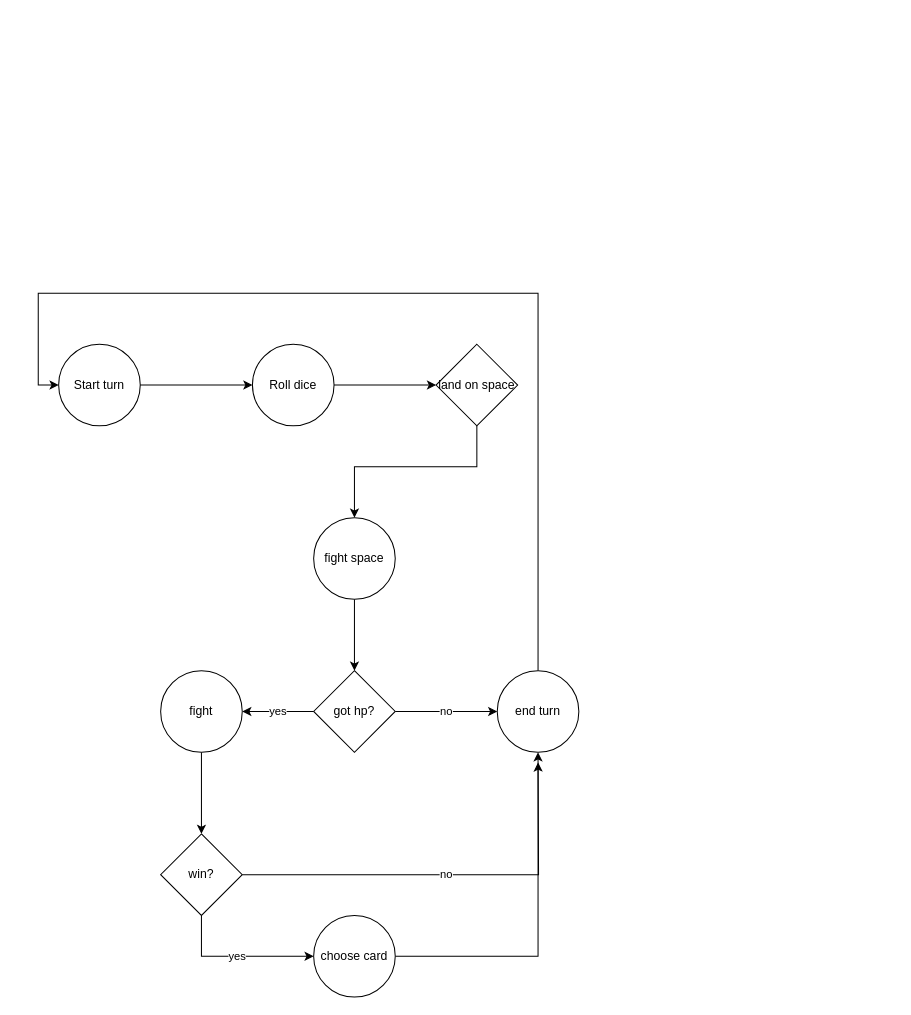
The draw.io diagram boardgameflow.drawio in Dodowingster/Project-Paleo-Maiden, before the edit. Source tidied: cells renumbered, new cells numbered last; positions are measured from the earlier drawing's top-left corner, leaving out a move shared by most shapes. Both pictures are drawn from the tidied source at 102%, with x=0, y=0 at pixel (38, 293).
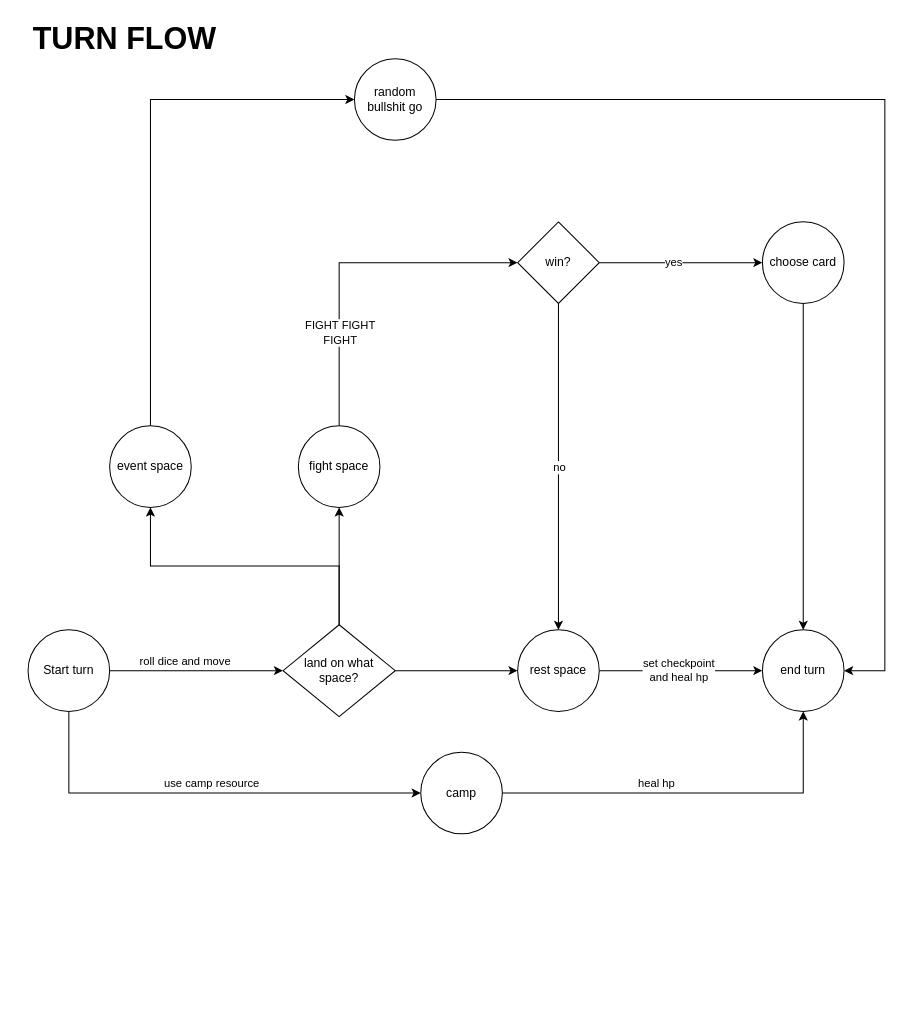
After the change.

Commit message:
general flow update

The edit, as a diff of the source:
```diff
@@
+    <mxCell id="22" style="edgeStyle=orthogonalEdgeStyle;rounded=0;jettySize=auto;html=1;entryX=0;entryY=0.5;entryDx=0;entryDy=0;" parent="1" edge="1" source="2" target="7">
+      <mxGeometry relative="1" as="geometry" />
+    </mxCell>
+    <mxCell id="23" value="roll dice and move" style="edgeLabel;html=1;align=center;verticalAlign=middle;" parent="22" vertex="1">
+      <mxGeometry x="-0.14" y="-1" relative="1" as="geometry">
+        <mxPoint y="-11" as="offset" />
+      </mxGeometry>
+    </mxCell>
+    <mxCell id="24" style="edgeStyle=orthogonalEdgeStyle;rounded=0;jettySize=auto;html=1;entryX=0;entryY=0.5;entryDx=0;entryDy=0;" parent="1" edge="1" source="2" target="39">
+      <mxGeometry relative="1" as="geometry">
+        <Array as="points">
+          <mxPoint x="30" y="490" />
+        </Array>
+      </mxGeometry>
+    </mxCell>
+    <mxCell id="25" value="use camp resource" style="edgeLabel;html=1;align=center;verticalAlign=middle;" parent="24" vertex="1">
+      <mxGeometry x="0.03" y="4" relative="1" as="geometry">
+        <mxPoint y="-6" as="offset" />
+      </mxGeometry>
+    </mxCell>
     <mxCell id="2" value="Start turn" style="ellipse;whiteSpace=wrap;html=1;" parent="1" vertex="1">
-      <mxGeometry x="20" y="50" width="80" height="80" as="geometry" />
+      <mxGeometry x="-10" y="330" width="80" height="80" as="geometry" />
     </mxCell>
-    <mxCell id="3" style="endArrow=classic;html=1;rounded=0;exitX=1;exitY=0.5;exitDx=0;exitDy=0;entryX=0;entryY=0.5;entryDx=0;entryDy=0;" parent="1" edge="1" source="5" target="7">
-      <mxGeometry relative="1" as="geometry" />
-    </mxCell>
-    <mxCell id="4" style="endArrow=classic;html=1;rounded=0;exitX=1;exitY=0.5;exitDx=0;exitDy=0;" parent="1" edge="1" source="2" target="5">
-      <mxGeometry relative="1" as="geometry" />
-    </mxCell>
-    <mxCell id="5" value="Roll dice" style="ellipse;whiteSpace=wrap;html=1;" parent="1" vertex="1">
-      <mxGeometry x="210" y="50" width="80" height="80" as="geometry" />
-    </mxCell>
-    <mxCell id="6" style="edgeStyle=orthogonalEdgeStyle;rounded=0;orthogonalLoop=1;jettySize=auto;html=1;" parent="1" edge="1">
-      <mxGeometry relative="1" as="geometry">
-        <mxPoint x="430" y="130" as="sourcePoint" />
-        <mxPoint x="310" y="220" as="targetPoint" />
-        <Array as="points">
-          <mxPoint x="430" y="170" />
-          <mxPoint x="310" y="170" />
-        </Array>
-      </mxGeometry>
-    </mxCell>
+    <mxCell id="26" style="edgeStyle=orthogonalEdgeStyle;rounded=0;jettySize=auto;html=1;entryX=0.5;entryY=1;entryDx=0;entryDy=0;" parent="1" edge="1" source="7" target="9">
+      <mxGeometry relative="1" as="geometry" />
+    </mxCell>
+    <mxCell id="27" style="edgeStyle=orthogonalEdgeStyle;rounded=0;jettySize=auto;html=1;entryX=0;entryY=0.5;entryDx=0;entryDy=0;" parent="1" edge="1" source="7" target="42">
+      <mxGeometry relative="1" as="geometry" />
+    </mxCell>
+    <mxCell id="28" style="edgeStyle=orthogonalEdgeStyle;rounded=0;jettySize=auto;html=1;exitX=0.5;exitY=0;exitDx=0;exitDy=0;entryX=0.5;entryY=1;entryDx=0;entryDy=0;" parent="1" edge="1" source="7" target="34">
+      <mxGeometry relative="1" as="geometry" />
+    </mxCell>
-    <mxCell id="7" value="land on space" style="rhombus;whiteSpace=wrap;html=1;" parent="1" vertex="1">
-      <mxGeometry x="390" y="50" width="80" height="80" as="geometry" />
+    <mxCell id="7" value="land on what space?" style="rhombus;whiteSpace=wrap;html=1;" parent="1" vertex="1">
+      <mxGeometry x="240" y="325" width="110" height="90" as="geometry" />
     </mxCell>
-    <mxCell id="8" style="edgeStyle=orthogonalEdgeStyle;rounded=0;orthogonalLoop=1;jettySize=auto;html=1;exitX=0.5;exitY=1;exitDx=0;exitDy=0;" parent="1" edge="1">
-      <mxGeometry relative="1" as="geometry">
-        <mxPoint x="310" y="300" as="sourcePoint" />
-        <mxPoint x="310" y="370" as="targetPoint" />
-      </mxGeometry>
-    </mxCell>
+    <mxCell id="29" style="edgeStyle=orthogonalEdgeStyle;rounded=0;jettySize=auto;html=1;entryX=0;entryY=0.5;entryDx=0;entryDy=0;" parent="1" edge="1" source="9" target="19">
+      <mxGeometry relative="1" as="geometry">
+        <Array as="points">
+          <mxPoint x="295" y="-30" />
+        </Array>
+      </mxGeometry>
+    </mxCell>
+    <mxCell id="30" value="FIGHT FIGHT&lt;br&gt;FIGHT" style="edgeLabel;html=1;align=center;verticalAlign=middle;" parent="29" vertex="1">
+      <mxGeometry x="-0.45" relative="1" as="geometry" />
+    </mxCell>
     <mxCell id="9" value="fight space" style="ellipse;whiteSpace=wrap;html=1;" parent="1" vertex="1">
-      <mxGeometry x="270" y="220" width="80" height="80" as="geometry" />
+      <mxGeometry x="255" y="130" width="80" height="80" as="geometry" />
     </mxCell>
-    <mxCell id="10" value="no" style="edgeStyle=orthogonalEdgeStyle;rounded=0;jettySize=auto;html=1;" parent="1" edge="1" source="12" target="14">
-      <mxGeometry relative="1" as="geometry" />
-    </mxCell>
-    <mxCell id="11" value="yes" style="edgeStyle=orthogonalEdgeStyle;rounded=0;jettySize=auto;html=1;" parent="1" edge="1" source="12" target="16">
-      <mxGeometry relative="1" as="geometry" />
-    </mxCell>
-    <mxCell id="12" value="got hp?" style="rhombus;whiteSpace=wrap;html=1;" parent="1" vertex="1">
-      <mxGeometry x="270" y="370" width="80" height="80" as="geometry" />
-    </mxCell>
-    <mxCell id="13" style="edgeStyle=orthogonalEdgeStyle;rounded=0;jettySize=auto;html=1;entryX=0;entryY=0.5;entryDx=0;entryDy=0;" parent="1" edge="1" source="14" target="2">
-      <mxGeometry relative="1" as="geometry">
-        <Array as="points">
-          <mxPoint x="490" />
-          <mxPoint />
-          <mxPoint y="90" />
-        </Array>
-      </mxGeometry>
-    </mxCell>
     <mxCell id="14" value="end turn" style="ellipse;whiteSpace=wrap;html=1;" parent="1" vertex="1">
-      <mxGeometry x="450" y="370" width="80" height="80" as="geometry" />
+      <mxGeometry x="710" y="330" width="80" height="80" as="geometry" />
     </mxCell>
-    <mxCell id="15" style="edgeStyle=orthogonalEdgeStyle;rounded=0;jettySize=auto;html=1;" parent="1" edge="1" source="16" target="19">
-      <mxGeometry relative="1" as="geometry" />
-    </mxCell>
-    <mxCell id="16" value="fight" style="ellipse;whiteSpace=wrap;html=1;" parent="1" vertex="1">
-      <mxGeometry x="120" y="370" width="80" height="80" as="geometry" />
-    </mxCell>
-    <mxCell id="17" value="yes" style="edgeStyle=orthogonalEdgeStyle;rounded=0;jettySize=auto;html=1;" parent="1" edge="1" source="19" target="21">
-      <mxGeometry relative="1" as="geometry">
-        <Array as="points">
-          <mxPoint x="160" y="650" />
-        </Array>
-      </mxGeometry>
+    <mxCell id="17" style="edgeStyle=orthogonalEdgeStyle;rounded=0;jettySize=auto;html=1;entryX=0;entryY=0.5;entryDx=0;entryDy=0;" parent="1" edge="1" source="19" target="21">
+      <mxGeometry relative="1" as="geometry" />
     </mxCell>
-    <mxCell id="18" value="no" style="edgeStyle=orthogonalEdgeStyle;rounded=0;jettySize=auto;html=1;" parent="1" edge="1" source="19">
-      <mxGeometry relative="1" as="geometry">
-        <mxPoint x="490" y="460" as="targetPoint" />
-      </mxGeometry>
-    </mxCell>
+    <mxCell id="31" value="yes" style="edgeLabel;html=1;align=center;verticalAlign=middle;" parent="17" vertex="1">
+      <mxGeometry x="-0.1" y="1" relative="1" as="geometry" />
+    </mxCell>
+    <mxCell id="32" style="edgeStyle=orthogonalEdgeStyle;rounded=0;jettySize=auto;html=1;" parent="1" edge="1" source="21">
+      <mxGeometry relative="1" as="geometry">
+        <mxPoint x="750" y="330" as="targetPoint" />
+      </mxGeometry>
+    </mxCell>
+    <mxCell id="21" value="choose card" style="ellipse;whiteSpace=wrap;html=1;" parent="1" vertex="1">
+      <mxGeometry x="710" y="-70" width="80" height="80" as="geometry" />
+    </mxCell>
+    <mxCell id="33" style="edgeStyle=orthogonalEdgeStyle;rounded=0;jettySize=auto;html=1;entryX=0;entryY=0.5;entryDx=0;entryDy=0;" parent="1" edge="1" source="34" target="44">
+      <mxGeometry relative="1" as="geometry">
+        <Array as="points">
+          <mxPoint x="110" y="-190" />
+        </Array>
+      </mxGeometry>
+    </mxCell>
+    <mxCell id="34" value="event space" style="ellipse;whiteSpace=wrap;html=1;" parent="1" vertex="1">
+      <mxGeometry x="70" y="130" width="80" height="80" as="geometry" />
+    </mxCell>
+    <mxCell id="35" style="edgeStyle=orthogonalEdgeStyle;rounded=0;jettySize=auto;html=1;entryX=0.5;entryY=0;entryDx=0;entryDy=0;" parent="1" edge="1" source="19" target="42">
+      <mxGeometry relative="1" as="geometry" />
+    </mxCell>
+    <mxCell id="36" value="no" style="edgeLabel;html=1;align=center;verticalAlign=middle;" parent="35" vertex="1">
+      <mxGeometry x="0.01" y="2" relative="1" as="geometry">
+        <mxPoint x="-2" y="-2" as="offset" />
+      </mxGeometry>
+    </mxCell>
     <mxCell id="19" value="win?" style="rhombus;whiteSpace=wrap;html=1;" parent="1" vertex="1">
-      <mxGeometry x="120" y="530" width="80" height="80" as="geometry" />
+      <mxGeometry x="470" y="-70" width="80" height="80" as="geometry" />
     </mxCell>
-    <mxCell id="20" style="edgeStyle=orthogonalEdgeStyle;rounded=0;jettySize=auto;html=1;entryX=0.5;entryY=1;entryDx=0;entryDy=0;" parent="1" edge="1" source="21" target="14">
-      <mxGeometry relative="1" as="geometry" />
-    </mxCell>
-    <mxCell id="21" value="choose card" style="ellipse;whiteSpace=wrap;html=1;" parent="1" vertex="1">
-      <mxGeometry x="270" y="610" width="80" height="80" as="geometry" />
-    </mxCell>
+    <mxCell id="37" style="edgeStyle=orthogonalEdgeStyle;rounded=0;jettySize=auto;html=1;entryX=0.5;entryY=1;entryDx=0;entryDy=0;" parent="1" edge="1" source="39" target="14">
+      <mxGeometry relative="1" as="geometry" />
+    </mxCell>
+    <mxCell id="38" value="heal hp" style="edgeLabel;html=1;align=center;verticalAlign=middle;" parent="37" vertex="1">
+      <mxGeometry x="-0.2" y="-1" relative="1" as="geometry">
+        <mxPoint y="-11" as="offset" />
+      </mxGeometry>
+    </mxCell>
+    <mxCell id="39" value="camp" style="ellipse;whiteSpace=wrap;html=1;" parent="1" vertex="1">
+      <mxGeometry x="375" y="450" width="80" height="80" as="geometry" />
+    </mxCell>
+    <mxCell id="40" style="edgeStyle=orthogonalEdgeStyle;rounded=0;jettySize=auto;html=1;entryX=0;entryY=0.5;entryDx=0;entryDy=0;" parent="1" edge="1" source="42" target="14">
+      <mxGeometry relative="1" as="geometry" />
+    </mxCell>
+    <mxCell id="41" value="set checkpoint&lt;div&gt;and heal hp&lt;/div&gt;" style="edgeLabel;html=1;align=center;verticalAlign=middle;" parent="40" vertex="1">
+      <mxGeometry x="-0.04" y="1" relative="1" as="geometry" />
+    </mxCell>
+    <mxCell id="42" value="rest space" style="ellipse;whiteSpace=wrap;html=1;" parent="1" vertex="1">
+      <mxGeometry x="470" y="330" width="80" height="80" as="geometry" />
+    </mxCell>
+    <mxCell id="43" style="edgeStyle=orthogonalEdgeStyle;rounded=0;jettySize=auto;html=1;entryX=1;entryY=0.5;entryDx=0;entryDy=0;" parent="1" edge="1" source="44" target="14">
+      <mxGeometry relative="1" as="geometry">
+        <Array as="points">
+          <mxPoint x="830" y="-190" />
+          <mxPoint x="830" y="370" />
+        </Array>
+      </mxGeometry>
+    </mxCell>
+    <mxCell id="44" value="random bullshit go" style="ellipse;whiteSpace=wrap;html=1;" parent="1" vertex="1">
+      <mxGeometry x="310" y="-230" width="80" height="80" as="geometry" />
+    </mxCell>
+    <mxCell id="45" value="TURN FLOW" style="text;html=1;whiteSpace=wrap;strokeColor=none;fillColor=none;align=center;verticalAlign=middle;rounded=0;fontStyle=1;fontSize=30;" parent="1" vertex="1">
+      <mxGeometry x="-20" y="-270" width="210" height="40" as="geometry" />
+    </mxCell>
```
